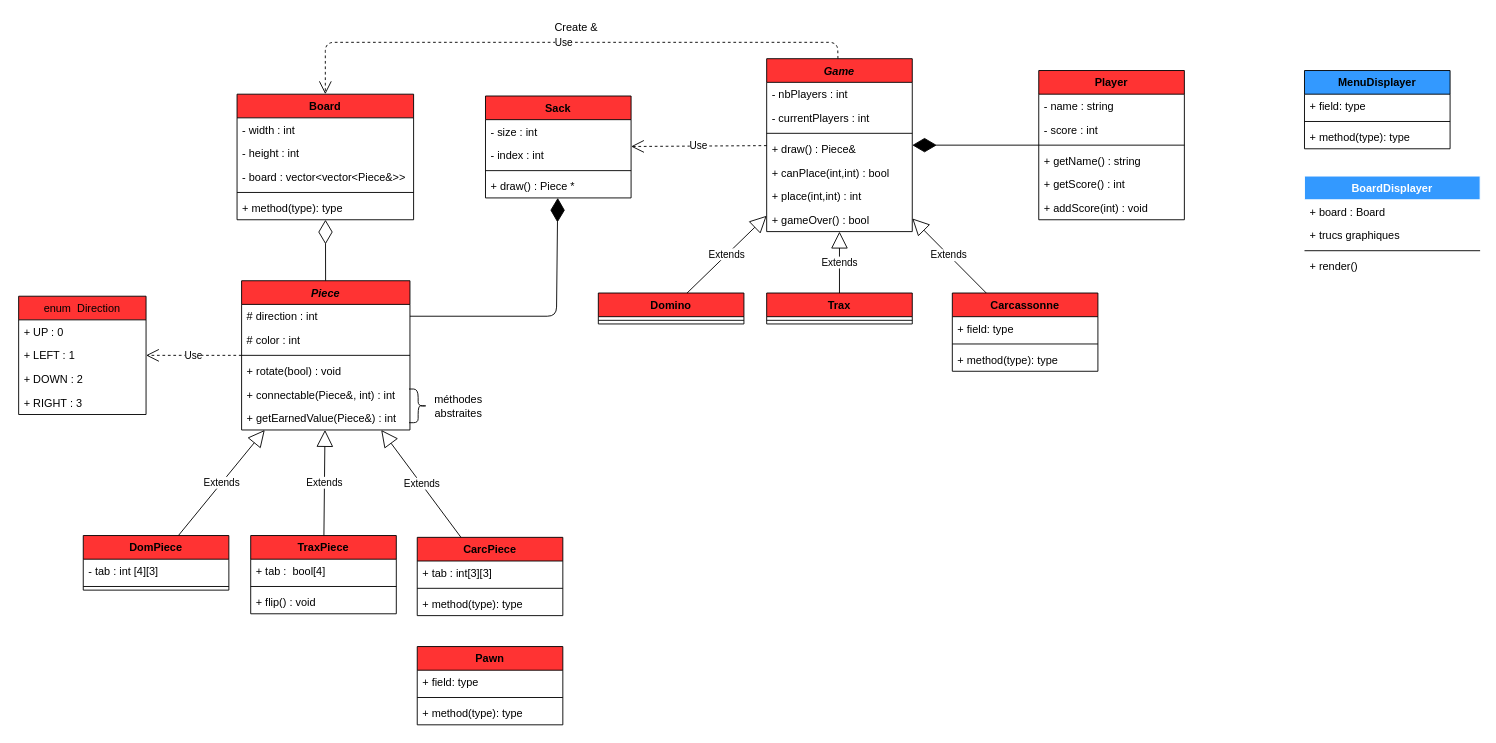
This is diagram.drawio from Yoanouille/DTC, a draw.io file, before an edit. Source tidied: cells renumbered, new cells numbered last; positions are measured from the earlier drawing's top-left corner, leaving out a move shared by most shapes. Both pictures are drawn from the tidied source at 91%, with x=0, y=0 at pixel (18, 15).
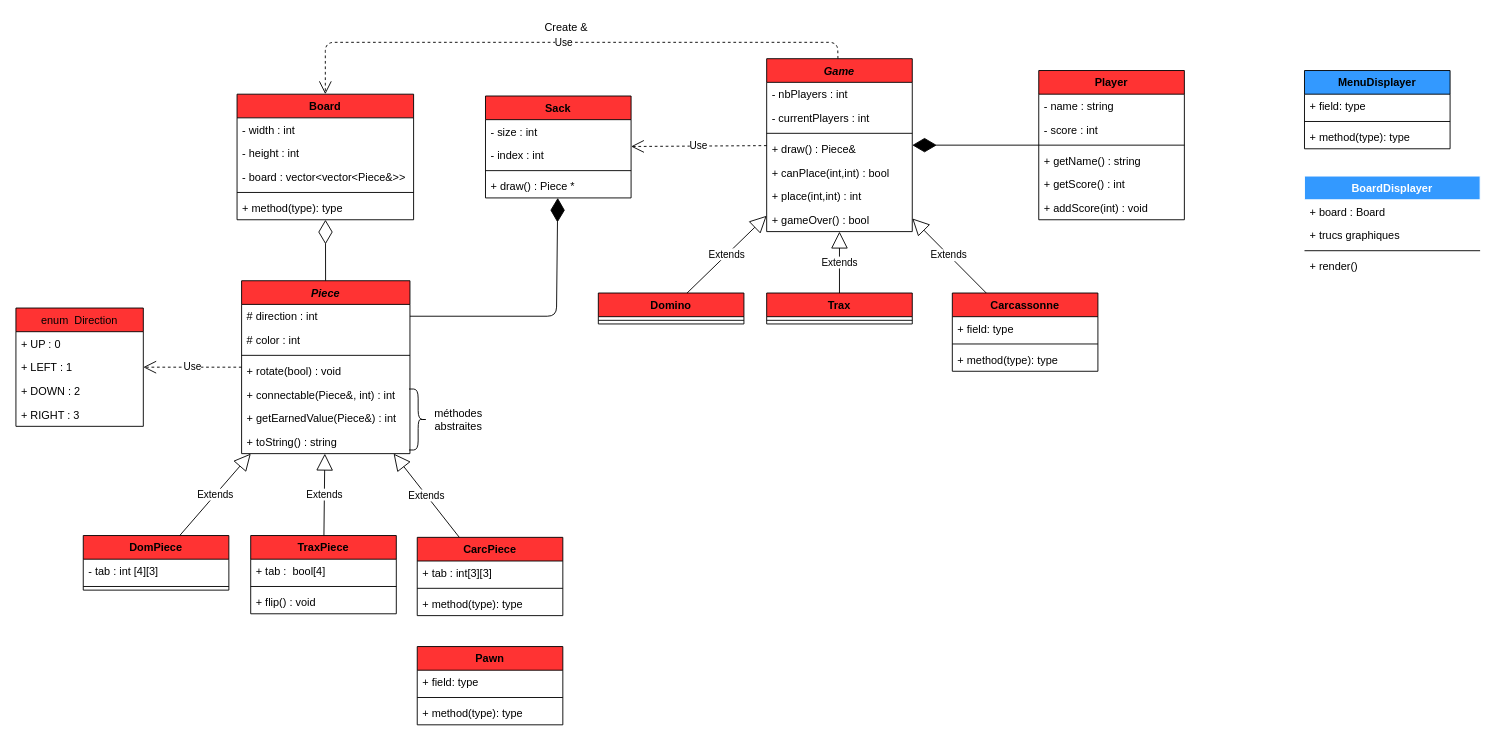
The same page after the edit.

What changed in the source:
```diff
@@
     <mxCell id="5" value="Piece" style="swimlane;fontStyle=3;align=center;verticalAlign=top;horizontal=1;startSize=26;fillColor=#FF3333;" parent="1" vertex="1">
-      <mxGeometry x="245" y="291" width="185" height="164" as="geometry" />
+      <mxGeometry x="245" y="291" width="185" height="190" as="geometry" />
     </mxCell>
@@
+    <mxCell id="87" value="+ toString() : string" style="text;strokeColor=none;fillColor=none;align=left;verticalAlign=top;spacingLeft=4;spacingRight=4;overflow=hidden;" parent="5" vertex="1">
+      <mxGeometry y="164" width="185" height="26" as="geometry" />
+    </mxCell>
@@
     <mxCell id="42" value="enum  Direction" style="swimlane;fontStyle=0;horizontal=1;startSize=26;fillColor=#FF3333;" parent="1" vertex="1">
-      <mxGeometry y="308" width="140" height="130" as="geometry" />
+      <mxGeometry x="-3" y="321" width="140" height="130" as="geometry" />
     </mxCell>
@@
     <mxCell id="67" style="shape=curlyBracket;whiteSpace=wrap;html=1;rounded=1;flipH=1;size=0.5;" parent="1" vertex="1">
-      <mxGeometry x="429" y="410" width="20" height="37" as="geometry" />
+      <mxGeometry x="429" y="410" width="20" height="67" as="geometry" />
     </mxCell>
     <mxCell id="68" value="méthodes abstraites" style="text;html=1;strokeColor=none;fillColor=none;align=center;verticalAlign=middle;whiteSpace=wrap;rounded=0;" parent="1" vertex="1">
-      <mxGeometry x="445" y="413.5" width="77" height="30" as="geometry" />
+      <mxGeometry x="445" y="428.5" width="77" height="30" as="geometry" />
     </mxCell>
@@
     <mxCell id="82" value="Create &amp;" style="text;align=center;fontStyle=0;verticalAlign=middle;spacingLeft=3;spacingRight=3;strokeColor=none;" parent="1" vertex="1">
-      <mxGeometry x="573" width="80" height="24" as="geometry" />
+      <mxGeometry x="562" width="80" height="24" as="geometry" />
     </mxCell>
```
